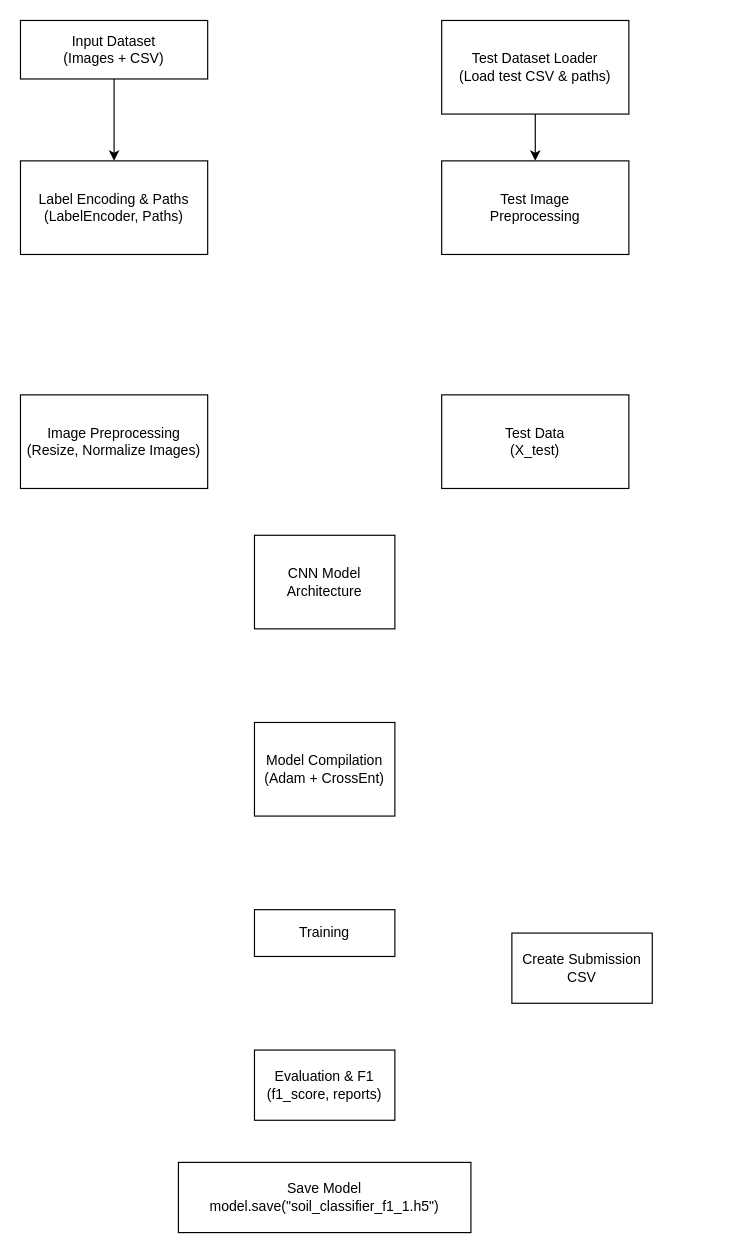
Before: Task1.drawio in Cray749/docs, a draw.io diagram. Source tidied: cells renumbered, new cells numbered last; positions are measured from the earlier drawing's top-left corner, leaving out a move shared by most shapes. Both pictures are drawn from the tidied source at 117%, with x=0, y=0 at pixel (20, 20).
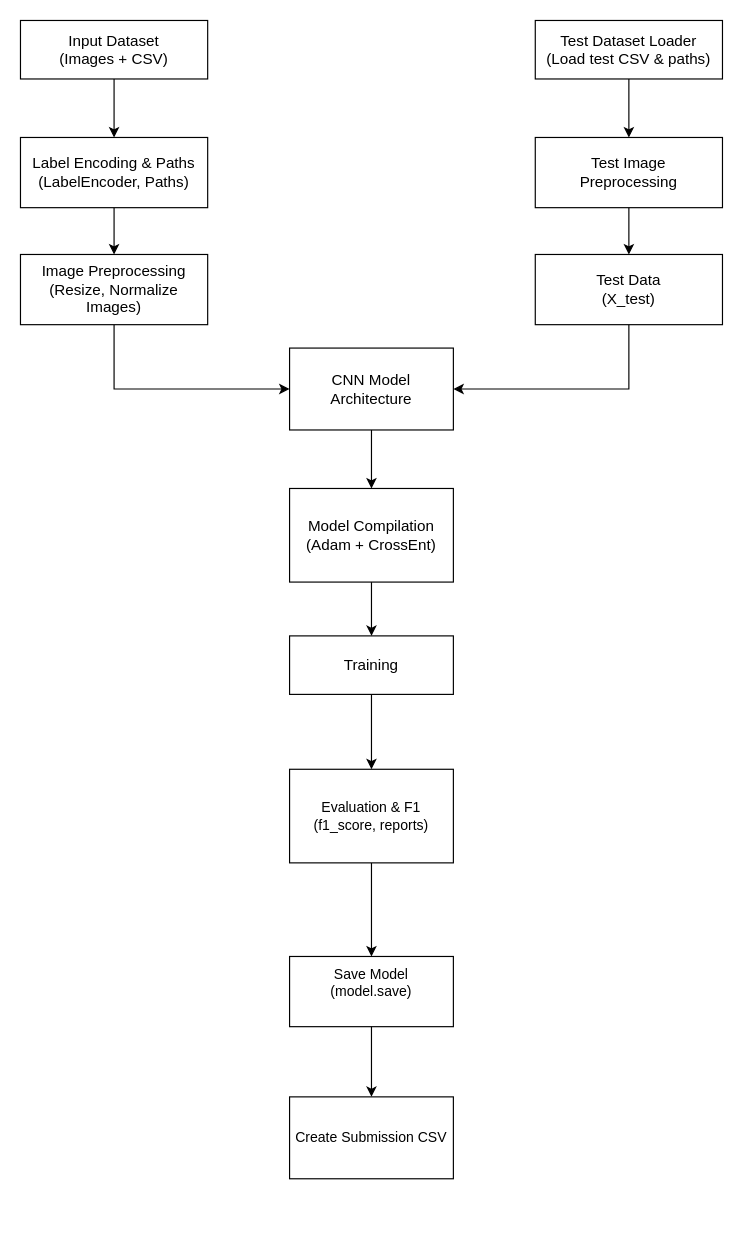
Above is the later version.

Diff of the diagram source:
```diff
@@
-    <mxCell id="3" value="Input Dataset&lt;br&gt;(Images + CSV)" style="rounded=0;whiteSpace=wrap;html=1;" parent="1" vertex="1">
+    <mxCell id="3" value="Input Dataset&lt;br&gt;(Images + CSV)" style="rounded=0;whiteSpace=wrap;html=1;fontSize=13;" parent="1" vertex="1">
       <mxGeometry width="160" height="50" as="geometry" />
     </mxCell>
@@
-    <mxCell id="5" value="Test Dataset Loader&lt;br&gt;(Load test CSV &amp;amp; paths)" style="rounded=0;whiteSpace=wrap;html=1;" parent="1" vertex="1">
-      <mxGeometry x="360" width="160" height="80" as="geometry" />
+    <mxCell id="5" value="Test Dataset Loader&lt;br&gt;(Load test CSV &amp;amp; paths)" style="rounded=0;whiteSpace=wrap;html=1;fontSize=13;" parent="1" vertex="1">
+      <mxGeometry x="440" width="160" height="50" as="geometry" />
     </mxCell>
+    <mxCell id="16" style="edgeStyle=orthogonalEdgeStyle;rounded=0;jettySize=auto;html=1;exitX=0.5;exitY=1;exitDx=0;exitDy=0;entryX=0.5;entryY=0;entryDx=0;entryDy=0;" parent="1" edge="1" source="6" target="14">
+      <mxGeometry relative="1" as="geometry" />
+    </mxCell>
-    <mxCell id="6" value="Label Encoding &amp;amp; Paths&lt;br&gt;(LabelEncoder, Paths)" style="rounded=0;whiteSpace=wrap;html=1;" parent="1" vertex="1">
-      <mxGeometry y="120" width="160" height="80" as="geometry" />
+    <mxCell id="6" value="Label Encoding &amp;amp; Paths&lt;br&gt;(LabelEncoder, Paths)" style="rounded=0;whiteSpace=wrap;html=1;fontSize=13;" parent="1" vertex="1">
+      <mxGeometry y="100" width="160" height="60" as="geometry" />
     </mxCell>
+    <mxCell id="17" style="edgeStyle=orthogonalEdgeStyle;rounded=0;jettySize=auto;html=1;exitX=0.5;exitY=1;exitDx=0;exitDy=0;entryX=0.5;entryY=0;entryDx=0;entryDy=0;" parent="1" edge="1" source="7" target="8">
+      <mxGeometry relative="1" as="geometry" />
+    </mxCell>
-    <mxCell id="7" value="Test Image &lt;br&gt;Preprocessing" style="rounded=0;whiteSpace=wrap;html=1;" parent="1" vertex="1">
-      <mxGeometry x="360" y="120" width="160" height="80" as="geometry" />
+    <mxCell id="7" value="Test Image &lt;br&gt;Preprocessing" style="rounded=0;whiteSpace=wrap;html=1;fontSize=13;spacingTop=0;" parent="1" vertex="1">
+      <mxGeometry x="440" y="100" width="160" height="60" as="geometry" />
     </mxCell>
+    <mxCell id="18" style="edgeStyle=orthogonalEdgeStyle;rounded=0;jettySize=auto;html=1;exitX=0.5;exitY=1;exitDx=0;exitDy=0;entryX=1;entryY=0.5;entryDx=0;entryDy=0;" parent="1" edge="1" source="8" target="9">
+      <mxGeometry relative="1" as="geometry" />
+    </mxCell>
-    <mxCell id="8" value="Test Data &lt;br&gt;(X_test)" style="rounded=0;whiteSpace=wrap;html=1;" parent="1" vertex="1">
-      <mxGeometry x="360" y="320" width="160" height="80" as="geometry" />
+    <mxCell id="8" value="Test Data &lt;br&gt;(X_test)" style="rounded=0;whiteSpace=wrap;html=1;fontSize=13;" parent="1" vertex="1">
+      <mxGeometry x="440" y="200" width="160" height="60" as="geometry" />
     </mxCell>
+    <mxCell id="19" style="edgeStyle=orthogonalEdgeStyle;rounded=0;jettySize=auto;html=1;exitX=0.5;exitY=1;exitDx=0;exitDy=0;entryX=0.5;entryY=0;entryDx=0;entryDy=0;" parent="1" edge="1" source="9" target="10">
+      <mxGeometry relative="1" as="geometry" />
+    </mxCell>
-    <mxCell id="9" value="CNN Model Architecture" style="rounded=0;whiteSpace=wrap;html=1;" parent="1" vertex="1">
-      <mxGeometry x="200" y="440" width="120" height="80" as="geometry" />
+    <mxCell id="9" value="CNN Model Architecture" style="rounded=0;whiteSpace=wrap;html=1;fontSize=13;" parent="1" vertex="1">
+      <mxGeometry x="230" y="280" width="140" height="70" as="geometry" />
     </mxCell>
+    <mxCell id="20" style="edgeStyle=orthogonalEdgeStyle;rounded=0;jettySize=auto;html=1;exitX=0.5;exitY=1;exitDx=0;exitDy=0;entryX=0.5;entryY=0;entryDx=0;entryDy=0;" parent="1" edge="1" source="10" target="11">
+      <mxGeometry relative="1" as="geometry" />
+    </mxCell>
-    <mxCell id="10" value="Model Compilation&lt;br&gt;(Adam + CrossEnt)" style="rounded=0;whiteSpace=wrap;html=1;" parent="1" vertex="1">
-      <mxGeometry x="200" y="600" width="120" height="80" as="geometry" />
+    <mxCell id="10" value="Model Compilation&lt;br&gt;(Adam + CrossEnt)" style="rounded=0;whiteSpace=wrap;html=1;fontSize=13;" parent="1" vertex="1">
+      <mxGeometry x="230" y="400" width="140" height="80" as="geometry" />
     </mxCell>
+    <mxCell id="21" style="edgeStyle=orthogonalEdgeStyle;rounded=0;jettySize=auto;html=1;exitX=0.5;exitY=1;exitDx=0;exitDy=0;entryX=0.5;entryY=0;entryDx=0;entryDy=0;" parent="1" edge="1" source="11" target="12">
+      <mxGeometry relative="1" as="geometry" />
+    </mxCell>
-    <mxCell id="11" value="Training" style="rounded=0;whiteSpace=wrap;html=1;" parent="1" vertex="1">
-      <mxGeometry x="200" y="760" width="120" height="40" as="geometry" />
+    <mxCell id="11" value="Training" style="rounded=0;whiteSpace=wrap;html=1;fontSize=13;" parent="1" vertex="1">
+      <mxGeometry x="230" y="526" width="140" height="50" as="geometry" />
     </mxCell>
+    <mxCell id="22" style="edgeStyle=orthogonalEdgeStyle;rounded=0;jettySize=auto;html=1;exitX=0.5;exitY=1;exitDx=0;exitDy=0;entryX=0.5;entryY=0;entryDx=0;entryDy=0;" parent="1" edge="1" source="12" target="13">
+      <mxGeometry relative="1" as="geometry" />
+    </mxCell>
     <mxCell id="12" value="Evaluation &amp;amp; F1&lt;br&gt;(f1_score, reports)" style="rounded=0;whiteSpace=wrap;html=1;" parent="1" vertex="1">
-      <mxGeometry x="200" y="880" width="120" height="60" as="geometry" />
+      <mxGeometry x="230" y="640" width="140" height="80" as="geometry" />
     </mxCell>
-    <mxCell id="13" value="&lt;div style=&quot;&quot;&gt;&lt;span style=&quot;background-color: transparent; color: light-dark(rgb(0, 0, 0), rgb(255, 255, 255));&quot;&gt;Save Model&lt;br&gt;&lt;/span&gt;&lt;span class=&quot;selectable-text copyable-text xkrh14z&quot; style=&quot;white-space-collapse: preserve;&quot;&gt;model.save(&quot;soil_classifier_f1_1.h5&quot;)&lt;/span&gt;&lt;span style=&quot;background-color: transparent; color: light-dark(rgb(0, 0, 0), rgb(255, 255, 255));&quot;&gt;&lt;/span&gt;&lt;/div&gt;" style="rounded=0;whiteSpace=wrap;html=1;align=center;" parent="1" vertex="1">
-      <mxGeometry x="135" y="976" width="250" height="60" as="geometry" />
+    <mxCell id="13" value="&lt;div style=&quot;&quot;&gt;&lt;span style=&quot;background-color: transparent; color: light-dark(rgb(0, 0, 0), rgb(255, 255, 255));&quot;&gt;Save Model&lt;br&gt;&lt;/span&gt;&lt;span class=&quot;selectable-text copyable-text xkrh14z&quot; style=&quot;white-space-collapse: preserve;&quot;&gt;(model.save)&lt;br&gt;&lt;br&gt;&lt;/span&gt;&lt;/div&gt;" style="rounded=0;whiteSpace=wrap;html=1;align=center;" parent="1" vertex="1">
+      <mxGeometry x="230" y="800" width="140" height="60" as="geometry" />
     </mxCell>
+    <mxCell id="23" style="edgeStyle=orthogonalEdgeStyle;rounded=0;jettySize=auto;html=1;exitX=0.5;exitY=1;exitDx=0;exitDy=0;entryX=0;entryY=0.5;entryDx=0;entryDy=0;" parent="1" edge="1" source="14" target="9">
+      <mxGeometry relative="1" as="geometry" />
+    </mxCell>
-    <mxCell id="14" value="Image Preprocessing&lt;br&gt;(Resize, Normalize Images)" style="rounded=0;whiteSpace=wrap;html=1;" parent="1" vertex="1">
-      <mxGeometry y="320" width="160" height="80" as="geometry" />
+    <mxCell id="14" value="Image Preprocessing&lt;br&gt;(Resize, Normalize Images)" style="rounded=0;whiteSpace=wrap;html=1;fontSize=13;" parent="1" vertex="1">
+      <mxGeometry y="200" width="160" height="60" as="geometry" />
     </mxCell>
     <mxCell id="15" value="Create Submission CSV" style="rounded=0;whiteSpace=wrap;html=1;" parent="1" vertex="1">
-      <mxGeometry x="420" y="780" width="120" height="60" as="geometry" />
+      <mxGeometry x="230" y="920" width="140" height="70" as="geometry" />
     </mxCell>
+    <mxCell id="24" style="edgeStyle=orthogonalEdgeStyle;rounded=0;jettySize=auto;html=1;exitX=0.5;exitY=1;exitDx=0;exitDy=0;entryX=0.5;entryY=0;entryDx=0;entryDy=0;" parent="1" edge="1" source="13" target="15">
+      <mxGeometry relative="1" as="geometry" />
+    </mxCell>
```
